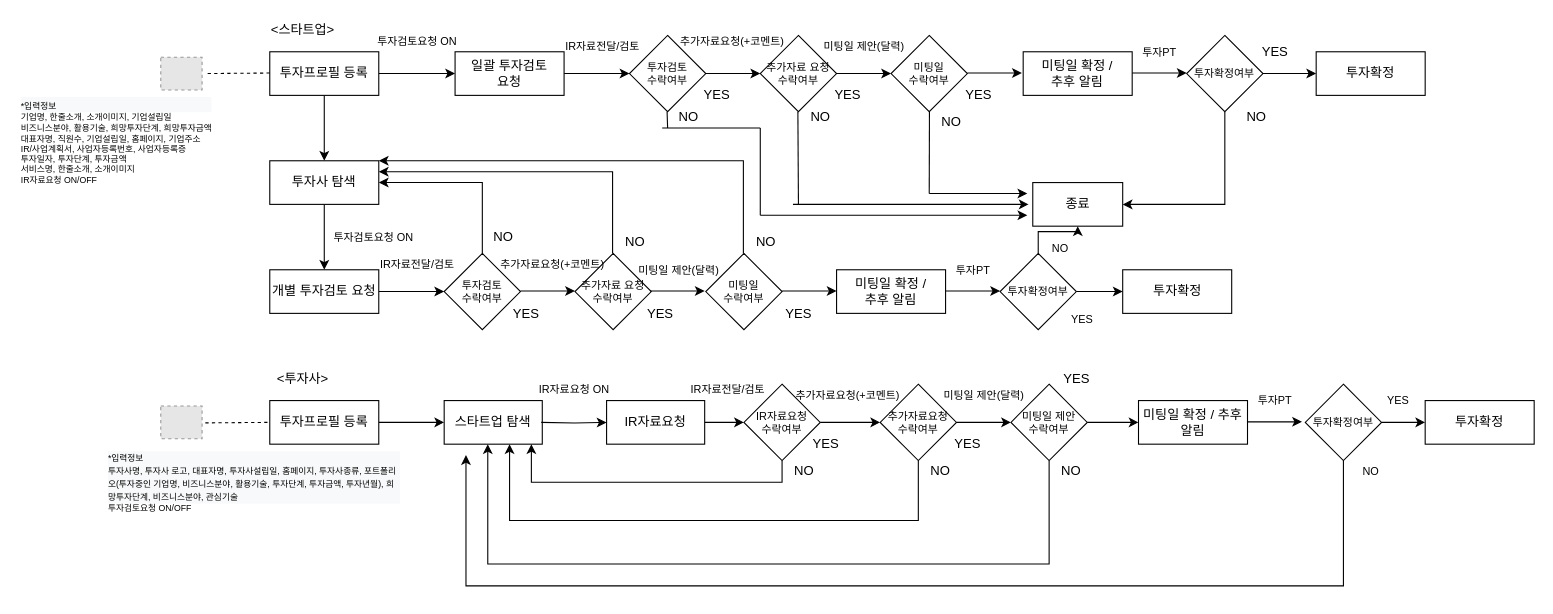
The draw.io diagram 비즈니스나우(투자)_RESET버젼.drawio in Lucidhomme/TIL, before the edit. Source tidied: cells renumbered, new cells numbered last; positions are measured from the earlier drawing's top-left corner, leaving out a move shared by most shapes. Both pictures are drawn from the tidied source at 109%, with x=0, y=0 at pixel (19, 19). Pictures stored in the file or linked from it are replaced by grey dashed boxes.
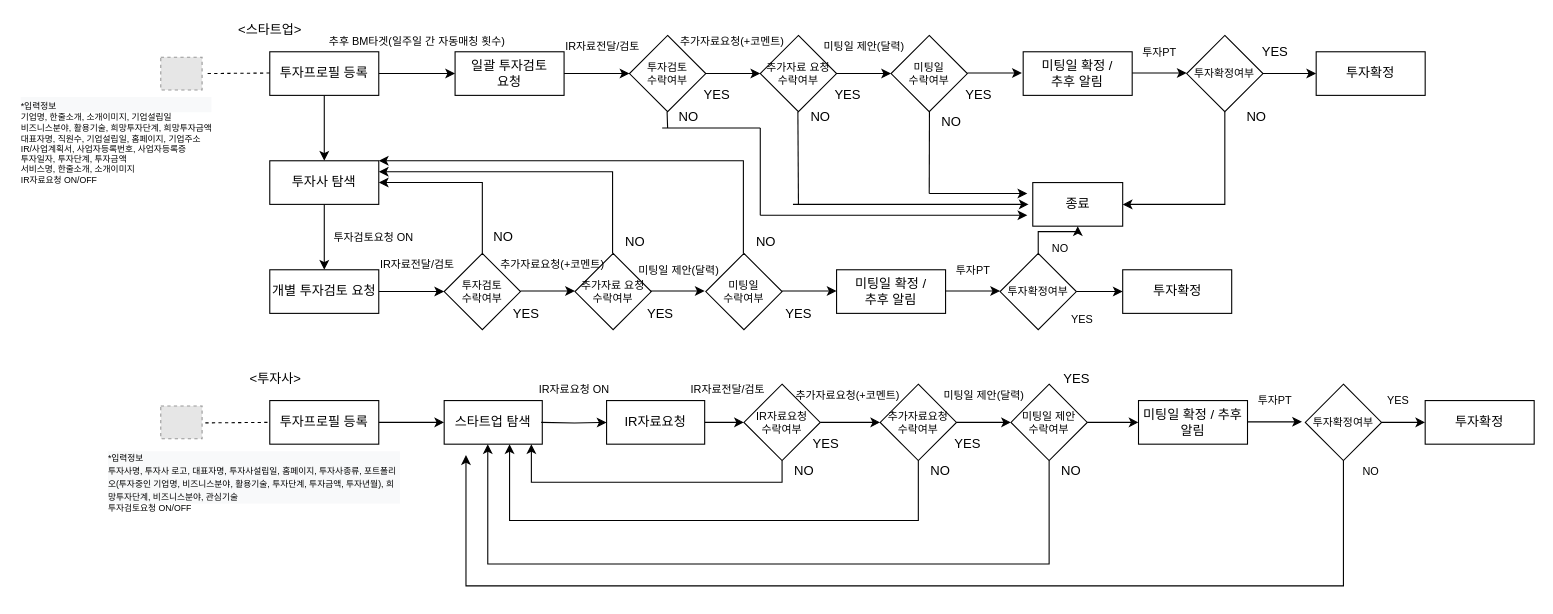
Above is the later version.

Commit message:
Update 비즈니스나우(투자)_RESET버젼.drawio

Change to the diagram source:
```diff
@@
     <mxCell id="2" value="&amp;lt;스타트업&amp;gt;" style="text;html=1;align=center;verticalAlign=middle;fillColor=none;strokeColor=none;rounded=0;" parent="1" vertex="1">
-      <mxGeometry x="220" width="80" height="20" as="geometry" />
+      <mxGeometry x="190" width="80" height="20" as="geometry" />
     </mxCell>
@@
     <mxCell id="37" value="&amp;lt;투자사&amp;gt;" style="text;html=1;align=center;verticalAlign=middle;fillColor=none;strokeColor=none;rounded=0;" parent="1" vertex="1">
-      <mxGeometry x="225" y="320" width="70" height="20" as="geometry" />
+      <mxGeometry x="200" y="320" width="70" height="20" as="geometry" />
     </mxCell>
@@
-    <mxCell id="61" value="투자검토요청 ON" style="text;html=1;align=center;verticalAlign=middle;fillColor=none;strokeColor=none;rounded=0;fontSize=10;" parent="1" vertex="1">
-      <mxGeometry x="320" y="10" width="90" height="20" as="geometry" />
+    <mxCell id="61" value="추후 BM타겟(일주일 간 자동매칭 횟수)" style="text;html=1;align=center;verticalAlign=middle;fillColor=none;strokeColor=none;rounded=0;fontSize=10;" parent="1" vertex="1">
+      <mxGeometry x="270" y="10" width="190" height="20" as="geometry" />
     </mxCell>
```
